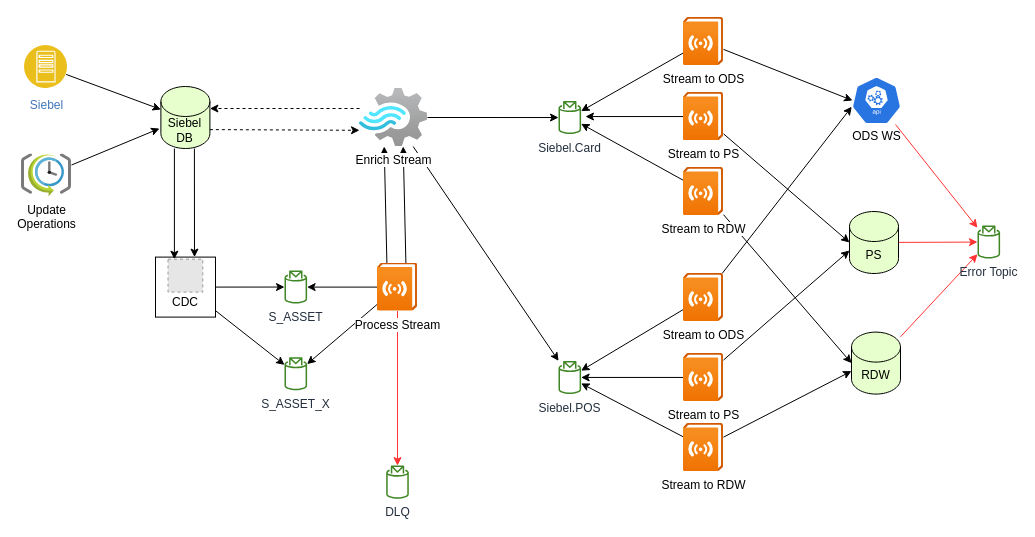
Earlier version of the draw.io diagram page "Page-2" (2 of 2) of kafka-realtime.drawio (leodwx/diagrams). Source tidied: cells renumbered, new cells numbered last; positions are measured from the earlier drawing's top-left corner, leaving out a move shared by most shapes. Both pictures are drawn from the tidied source at 100%, with x=0, y=0 at pixel (21, 17). Pictures stored in the file or linked from it are replaced by grey dashed boxes.
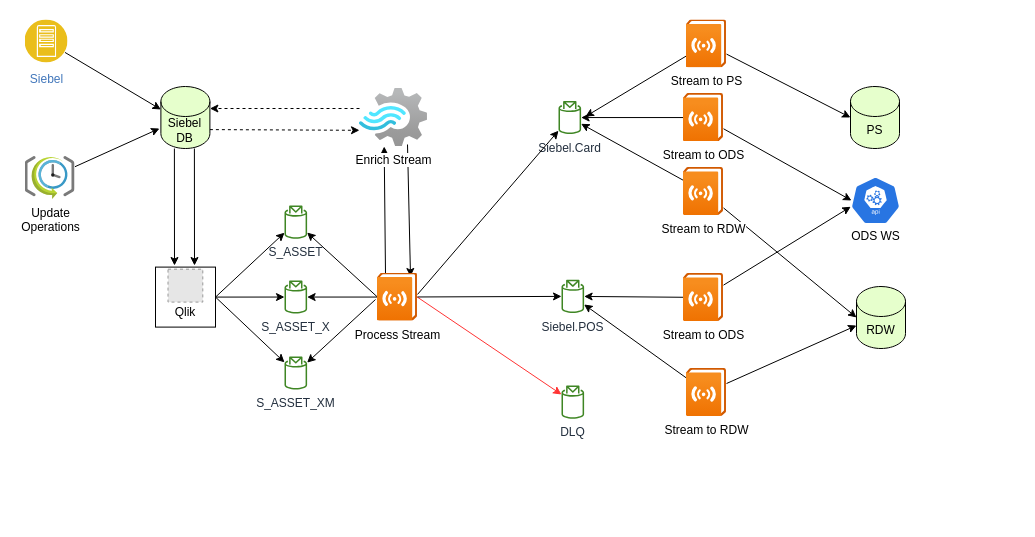
After the change.

The change refers to these unchanged cells:
```xml
<mxCell id="8" value="Siebel.Card" style="sketch=0;outlineConnect=0;fontColor=#232F3E;gradientColor=none;fillColor=#3F8624;strokeColor=none;dashed=0;verticalLabelPosition=bottom;verticalAlign=top;align=center;html=1;fontSize=12;fontStyle=0;shape=mxgraph.aws4.topic_2;" parent="1" vertex="1">
  <mxGeometry x="537" y="83.4" width="22.6" height="33.3" as="geometry" />
</mxCell>
<mxCell id="38" value="Enrich Stream" style="html=1;points=[];align=center;image;fontSize=12;image=img/lib/azure2/analytics/Stream_Analytics_Jobs.svg;fillColor=#E6FFCC;" parent="1" vertex="1">
  <mxGeometry x="338" y="71" width="68" height="58" as="geometry" />
</mxCell>
```

Diff of the diagram source:
```diff
@@
-    <mxCell id="2" style="edgeStyle=none;rounded=0;orthogonalLoop=1;jettySize=auto;html=1;" parent="1" edge="1">
+    <mxCell id="2" style="edgeStyle=none;rounded=0;jettySize=auto;html=1;exitX=0.2;exitY=0.028;exitDx=0;exitDy=0;exitPerimeter=0;" parent="1" edge="1" source="7">
       <mxGeometry relative="1" as="geometry">
-        <mxPoint x="365.4" y="245.7" as="sourcePoint" />
         <mxPoint x="362.7" y="129" as="targetPoint" />
       </mxGeometry>
     </mxCell>
     <mxCell id="3" style="edgeStyle=none;rounded=0;orthogonalLoop=1;jettySize=auto;html=1;" parent="1" edge="1">
       <mxGeometry relative="1" as="geometry">
-        <mxPoint x="384.4" y="245.7" as="sourcePoint" />
-        <mxPoint x="381.7" y="129" as="targetPoint" />
+        <mxPoint x="386" y="127" as="sourcePoint" />
+        <mxPoint x="389" y="259" as="targetPoint" />
       </mxGeometry>
     </mxCell>
-    <mxCell id="4" style="edgeStyle=none;rounded=0;jettySize=auto;html=1;strokeColor=#FF3333;" parent="1" edge="1" source="7" target="39">
-      <mxGeometry relative="1" as="geometry" />
+    <mxCell id="4" style="edgeStyle=none;rounded=0;jettySize=auto;html=1;strokeColor=#FF3333;" parent="1" edge="1" target="39">
+      <mxGeometry relative="1" as="geometry">
+        <mxPoint x="392" y="277" as="sourcePoint" />
+      </mxGeometry>
     </mxCell>
-    <mxCell id="5" style="edgeStyle=none;rounded=0;orthogonalLoop=1;jettySize=auto;html=1;" parent="1" edge="1">
+    <mxCell id="5" style="edgeStyle=none;rounded=0;jettySize=auto;html=1;" parent="1" edge="1" target="14">
       <mxGeometry relative="1" as="geometry">
-        <mxPoint x="356" y="269.6" as="sourcePoint" />
-        <mxPoint x="285.6" y="269.6" as="targetPoint" />
+        <mxPoint x="356" y="279.6" as="sourcePoint" />
       </mxGeometry>
     </mxCell>
@@
+    <mxCell id="55" style="edgeStyle=none;rounded=0;jettySize=auto;html=1;" parent="1" edge="1" target="56">
+      <mxGeometry relative="1" as="geometry">
+        <mxPoint x="354" y="282" as="sourcePoint" />
+      </mxGeometry>
+    </mxCell>
     <mxCell id="7" value="Process Stream" style="html=1;points=[];align=center;image;fontSize=12;image=img/lib/azure2/general/Log_Streaming.svg;" parent="1" vertex="1">
-      <mxGeometry x="356" y="245.6" width="40" height="47.9" as="geometry" />
+      <mxGeometry x="356" y="255.6" width="40" height="47.9" as="geometry" />
     </mxCell>
@@
     <mxCell id="9" value="Siebel.POS" style="sketch=0;outlineConnect=0;fontColor=#232F3E;gradientColor=none;fillColor=#3F8624;strokeColor=none;dashed=0;verticalLabelPosition=bottom;verticalAlign=top;align=center;html=1;fontSize=12;fontStyle=0;shape=mxgraph.aws4.topic_2;" parent="1" vertex="1">
-      <mxGeometry x="537" y="343.3" width="22.6" height="33.3" as="geometry" />
+      <mxGeometry x="540" y="262.2" width="22.6" height="33.3" as="geometry" />
     </mxCell>
     <mxCell id="10" style="group;" parent="1" vertex="1">
-      <mxGeometry x="134" y="239.6" width="60" height="60" as="geometry" />
+      <mxGeometry x="134" y="249.6" width="60" height="60" as="geometry" />
     </mxCell>
-    <mxCell id="11" value="&lt;br&gt;&lt;br&gt;CDC" style="whiteSpace=wrap;html=1;" parent="10" vertex="1">
+    <mxCell id="11" value="&lt;br&gt;&lt;br&gt;Qlik" style="whiteSpace=wrap;html=1;" parent="10" vertex="1">
       <mxGeometry width="60" height="60" as="geometry" />
     </mxCell>
@@
-    <mxCell id="13" style="edgeStyle=none;rounded=0;jettySize=auto;html=1;" parent="1" edge="1" source="11" target="14">
+    <mxCell id="13" style="edgeStyle=none;rounded=0;jettySize=auto;html=1;exitX=1;exitY=0.5;exitDx=0;exitDy=0;" parent="1" edge="1" source="11" target="14">
       <mxGeometry relative="1" as="geometry" />
     </mxCell>
     <mxCell id="14" value="S_ASSET" style="sketch=0;outlineConnect=0;fontColor=#232F3E;gradientColor=none;fillColor=#3F8624;strokeColor=none;dashed=0;verticalLabelPosition=bottom;verticalAlign=top;align=center;html=1;fontSize=12;fontStyle=0;shape=mxgraph.aws4.topic_2;" parent="1" vertex="1">
-      <mxGeometry x="263" y="252.9" width="22.6" height="33.3" as="geometry" />
+      <mxGeometry x="263" y="188" width="22.6" height="33.3" as="geometry" />
     </mxCell>
     <mxCell id="15" value="S_ASSET_X" style="sketch=0;outlineConnect=0;fontColor=#232F3E;gradientColor=none;fillColor=#3F8624;strokeColor=none;dashed=0;verticalLabelPosition=bottom;verticalAlign=top;align=center;html=1;fontSize=12;fontStyle=0;shape=mxgraph.aws4.topic_2;" parent="1" vertex="1">
-      <mxGeometry x="263" y="339.6" width="22.6" height="33.3" as="geometry" />
+      <mxGeometry x="263" y="262.9" width="22.6" height="33.3" as="geometry" />
     </mxCell>
@@
     <mxCell id="19" value="Stream to ODS" style="html=1;points=[];align=center;image;fontSize=12;image=img/lib/azure2/general/Log_Streaming.svg;" parent="1" vertex="1">
-      <mxGeometry x="662" width="40" height="47.9" as="geometry" />
+      <mxGeometry x="662" y="76.1" width="40" height="47.9" as="geometry" />
     </mxCell>
@@
     <mxCell id="22" value="Stream to PS" style="html=1;points=[];align=center;image;fontSize=12;image=img/lib/azure2/general/Log_Streaming.svg;" parent="1" vertex="1">
-      <mxGeometry x="662" y="75.1" width="40" height="47.9" as="geometry" />
+      <mxGeometry x="665" y="2.4" width="40" height="47.9" as="geometry" />
     </mxCell>
@@
-    <mxCell id="29" style="edgeStyle=none;rounded=0;jettySize=auto;html=1;" parent="1" edge="1" source="31" target="9">
-      <mxGeometry relative="1" as="geometry" />
-    </mxCell>
-    <mxCell id="30" style="edgeStyle=none;rounded=0;jettySize=auto;html=1;entryX=0;entryY=0;entryDx=0;entryDy=39;entryPerimeter=0;" parent="1" edge="1" source="31" target="53">
-      <mxGeometry relative="1" as="geometry" />
-    </mxCell>
-    <mxCell id="31" value="Stream to PS" style="html=1;points=[];align=center;image;fontSize=12;image=img/lib/azure2/general/Log_Streaming.svg;" parent="1" vertex="1">
-      <mxGeometry x="662" y="336" width="40" height="47.9" as="geometry" />
-    </mxCell>
@@
     <mxCell id="34" value="Stream to RDW" style="html=1;points=[];align=center;image;fontSize=12;image=img/lib/azure2/general/Log_Streaming.svg;" parent="1" vertex="1">
-      <mxGeometry x="662" y="406" width="40" height="47.9" as="geometry" />
+      <mxGeometry x="665" y="351" width="40" height="47.9" as="geometry" />
     </mxCell>
-    <mxCell id="35" style="edgeStyle=none;rounded=0;jettySize=auto;html=1;" parent="1" edge="1" source="38" target="8">
+    <mxCell id="35" style="edgeStyle=none;rounded=0;jettySize=auto;html=1;exitX=1;exitY=0.446;exitDx=0;exitDy=0;exitPerimeter=0;" parent="1" edge="1" source="7" target="8">
       <mxGeometry relative="1" as="geometry" />
     </mxCell>
@@
-    <mxCell id="37" style="edgeStyle=none;rounded=0;jettySize=auto;html=1;" parent="1" edge="1" source="38" target="9">
+    <mxCell id="37" style="edgeStyle=none;rounded=0;jettySize=auto;html=1;" parent="1" edge="1" source="7" target="9">
       <mxGeometry relative="1" as="geometry" />
     </mxCell>
@@
     <mxCell id="39" value="DLQ" style="sketch=0;outlineConnect=0;fontColor=#232F3E;gradientColor=none;fillColor=#3F8624;strokeColor=none;dashed=0;verticalLabelPosition=bottom;verticalAlign=top;align=center;html=1;fontSize=12;fontStyle=0;shape=mxgraph.aws4.topic_2;" parent="1" vertex="1">
-      <mxGeometry x="364.7" y="448" width="22.6" height="33.3" as="geometry" />
+      <mxGeometry x="540" y="368" width="22.6" height="33.3" as="geometry" />
     </mxCell>
-    <mxCell id="40" style="edgeStyle=none;rounded=0;orthogonalLoop=1;jettySize=auto;html=1;entryX=0.5;entryY=0;entryDx=0;entryDy=0;exitX=0.5;exitY=1;exitDx=0;exitDy=0;exitPerimeter=0;" parent="1" edge="1">
+    <mxCell id="40" style="edgeStyle=none;rounded=0;orthogonalLoop=1;jettySize=auto;html=1;exitX=0.5;exitY=1;exitDx=0;exitDy=0;exitPerimeter=0;" parent="1" edge="1">
       <mxGeometry relative="1" as="geometry">
         <mxPoint x="152.9" y="131" as="sourcePoint" />
-        <mxPoint x="152.9" y="241.7" as="targetPoint" />
+        <mxPoint x="153" y="248" as="targetPoint" />
       </mxGeometry>
     </mxCell>
@@
-    <mxCell id="42" style="edgeStyle=none;rounded=0;orthogonalLoop=1;jettySize=auto;html=1;entryX=0.5;entryY=0;entryDx=0;entryDy=0;" parent="1" edge="1">
+    <mxCell id="42" style="edgeStyle=none;rounded=0;orthogonalLoop=1;jettySize=auto;html=1;" parent="1" edge="1">
       <mxGeometry relative="1" as="geometry">
         <mxPoint x="172.9" y="131" as="sourcePoint" />
-        <mxPoint x="173" y="239.6" as="targetPoint" />
+        <mxPoint x="173" y="248" as="targetPoint" />
       </mxGeometry>
     </mxCell>
@@
     <mxCell id="45" value="Siebel" style="perimeter=ellipsePerimeter;html=1;align=center;shadow=0;dashed=0;fontColor=#4277BB;labelBackgroundColor=#ffffff;fontSize=12;spacingTop=3;image;image=img/lib/ibm/applications/app_server.svg;fillColor=#E6FFCC;" parent="1" vertex="1">
-      <mxGeometry x="3" y="28" width="43" height="43" as="geometry" />
+      <mxGeometry x="3.5" y="2.4" width="43" height="43" as="geometry" />
     </mxCell>
@@
     <mxCell id="47" value="Update &lt;br&gt;Operations" style="sketch=0;html=1;points=[];align=center;image;fontSize=12;image=img/lib/mscae/SchedulerJobCollection.svg;fillColor=#E6FFCC;" parent="1" vertex="1">
-      <mxGeometry y="136.4" width="50" height="43" as="geometry" />
+      <mxGeometry x="3.5" y="139" width="50" height="43" as="geometry" />
     </mxCell>
-    <mxCell id="48" style="edgeStyle=none;rounded=0;jettySize=auto;html=1;strokeColor=#FF3333;" parent="1" edge="1" source="49" target="54">
-      <mxGeometry relative="1" as="geometry" />
-    </mxCell>
     <mxCell id="49" value="&lt;br&gt;&lt;br&gt;&lt;br&gt;&lt;br&gt;&lt;br&gt;ODS WS" style="sketch=0;html=1;dashed=0;whitespace=wrap;fillColor=#2875E2;strokeColor=#ffffff;points=[[0.005,0.63,0],[0.1,0.2,0],[0.9,0.2,0],[0.5,0,0],[0.995,0.63,0],[0.72,0.99,0],[0.5,1,0],[0.28,0.99,0]];shape=mxgraph.kubernetes.icon;prIcon=api;" parent="1" vertex="1">
-      <mxGeometry x="830" y="59" width="50" height="48" as="geometry" />
+      <mxGeometry x="829" y="159" width="50" height="48" as="geometry" />
     </mxCell>
-    <mxCell id="50" style="edgeStyle=none;rounded=0;jettySize=auto;html=1;strokeColor=#FF3333;" parent="1" edge="1" source="51" target="54">
-      <mxGeometry relative="1" as="geometry" />
-    </mxCell>
     <mxCell id="51" value="RDW" style="shape=cylinder3;whiteSpace=wrap;html=1;boundedLbl=1;backgroundOutline=1;size=15;fillColor=#E6FFCC;" parent="1" vertex="1">
-      <mxGeometry x="830" y="314.6" width="49" height="62" as="geometry" />
+      <mxGeometry x="835" y="269" width="49" height="62" as="geometry" />
     </mxCell>
-    <mxCell id="52" style="edgeStyle=none;rounded=0;jettySize=auto;html=1;strokeColor=#FF3333;" parent="1" edge="1" source="53" target="54">
-      <mxGeometry relative="1" as="geometry" />
-    </mxCell>
     <mxCell id="53" value="PS" style="shape=cylinder3;whiteSpace=wrap;html=1;boundedLbl=1;backgroundOutline=1;size=15;fillColor=#E6FFCC;" parent="1" vertex="1">
-      <mxGeometry x="828" y="194" width="49" height="62" as="geometry" />
+      <mxGeometry x="829" y="69" width="49" height="62" as="geometry" />
     </mxCell>
-    <mxCell id="54" value="Error Topic" style="sketch=0;outlineConnect=0;fontColor=#232F3E;gradientColor=none;fillColor=#3F8624;strokeColor=none;dashed=0;verticalLabelPosition=bottom;verticalAlign=top;align=center;html=1;fontSize=12;fontStyle=0;shape=mxgraph.aws4.topic_2;" parent="1" vertex="1">
-      <mxGeometry x="956" y="207.9" width="22.6" height="33.3" as="geometry" />
-    </mxCell>
+    <mxCell id="56" value="S_ASSET_XM" style="sketch=0;outlineConnect=0;fontColor=#232F3E;gradientColor=none;fillColor=#3F8624;strokeColor=none;dashed=0;verticalLabelPosition=bottom;verticalAlign=top;align=center;html=1;fontSize=12;fontStyle=0;shape=mxgraph.aws4.topic_2;" parent="1" vertex="1">
+      <mxGeometry x="263" y="338.9" width="22.6" height="33.3" as="geometry" />
+    </mxCell>
+    <mxCell id="57" style="rounded=0;jettySize=auto;html=1;exitX=1;exitY=0.5;exitDx=0;exitDy=0;" parent="1" edge="1" source="11" target="56">
+      <mxGeometry relative="1" as="geometry" />
+    </mxCell>
```
